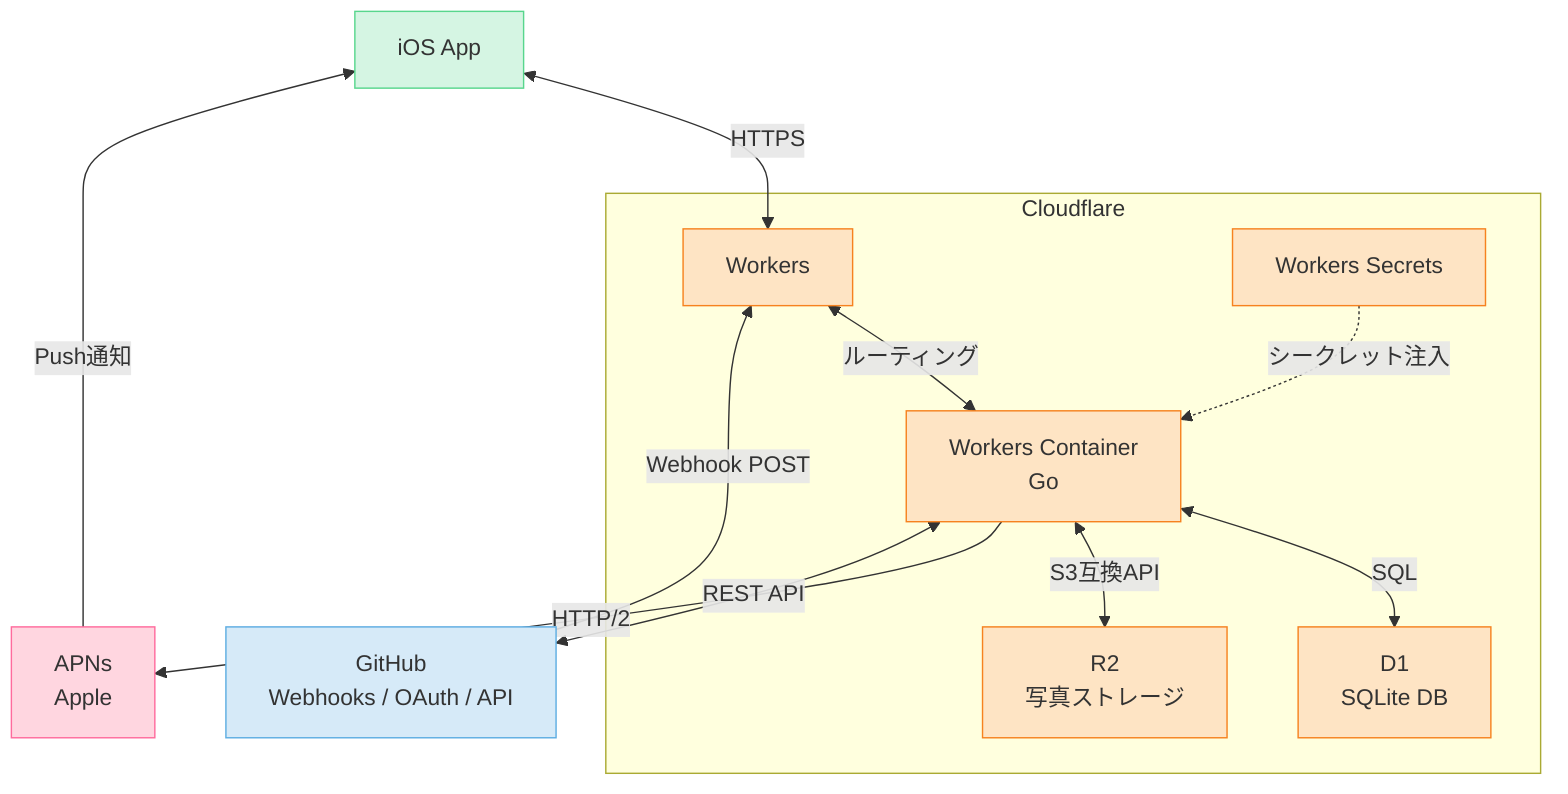
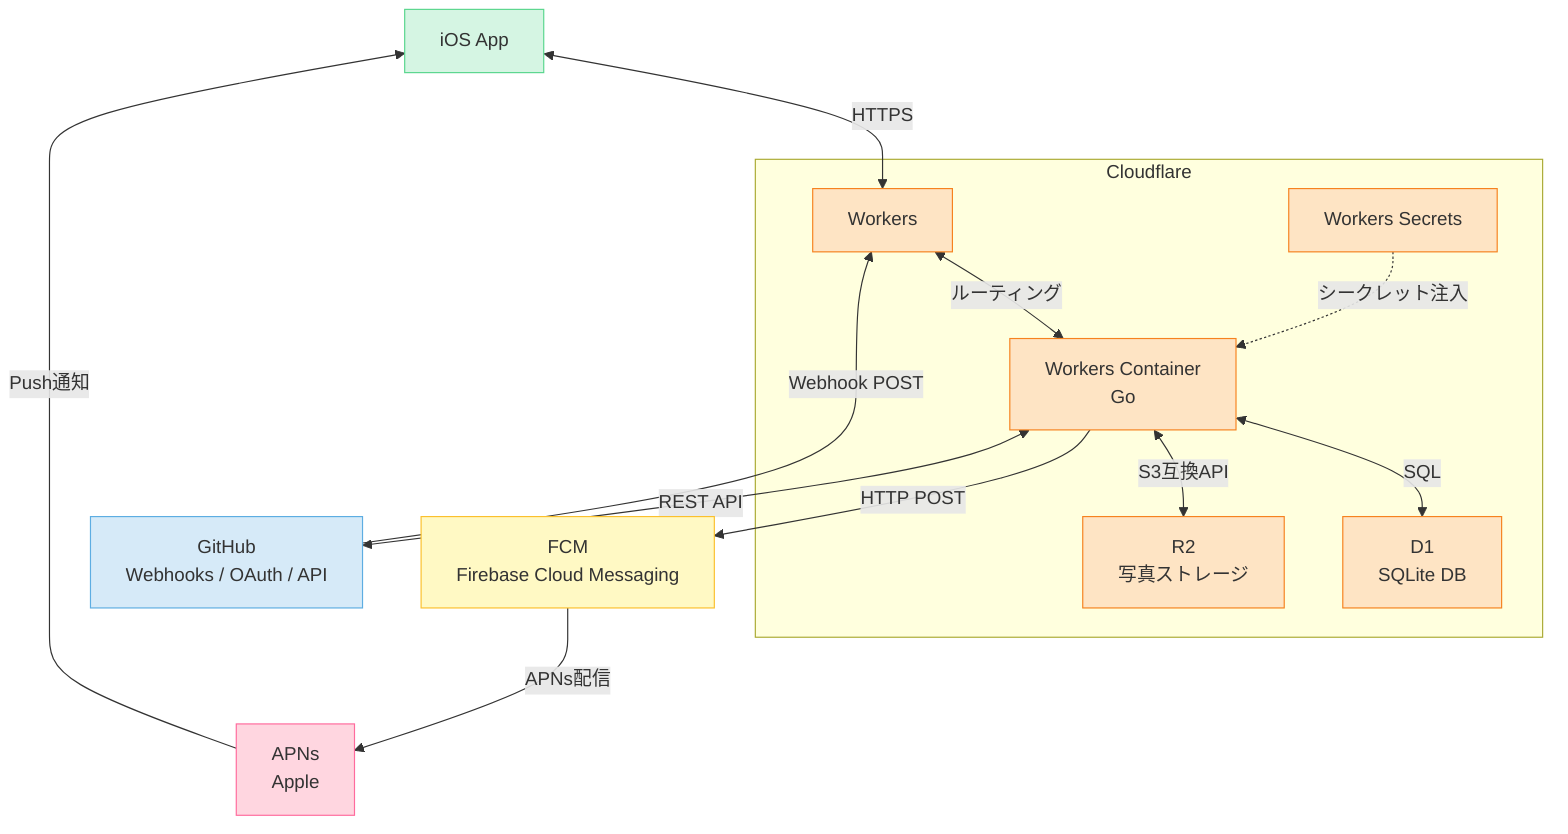
graph TD
    iOS[iOS App]

    subgraph Cloudflare
        W[Workers]
        C[Workers Container\nGo]
        D1[D1\nSQLite DB]
        R2[R2\n写真ストレージ]
        S[Workers Secrets]
    end

+     FCM[FCM\nFirebase Cloud Messaging]
    APNs[APNs\nApple]
    GH[GitHub\nWebhooks / OAuth / API]

    iOS <-->|HTTPS| W
    W <-->|ルーティング| C
    C <-->|SQL| D1
    C <-->|S3互換API| R2
-     C -->|HTTP/2| APNs
+     C -->|HTTP POST| FCM
+     FCM -->|APNs配信| APNs
    APNs -->|Push通知| iOS
    GH -->|Webhook POST| W
    C <-->|REST API| GH
    S -.->|シークレット注入| C

    classDef cf fill:#FEE4C4,stroke:#F6821F,color:#333
    classDef apple fill:#FFD6E0,stroke:#FF6B9D,color:#333
+     classDef firebase fill:#FFF9C4,stroke:#FBC02D,color:#333
    classDef github fill:#D6EAF8,stroke:#5DADE2,color:#333
    classDef ios fill:#D5F5E3,stroke:#58D68D,color:#333

    class W,C,D1,R2,S cf
    class APNs apple
+     class FCM firebase
    class GH github
    class iOS ios
